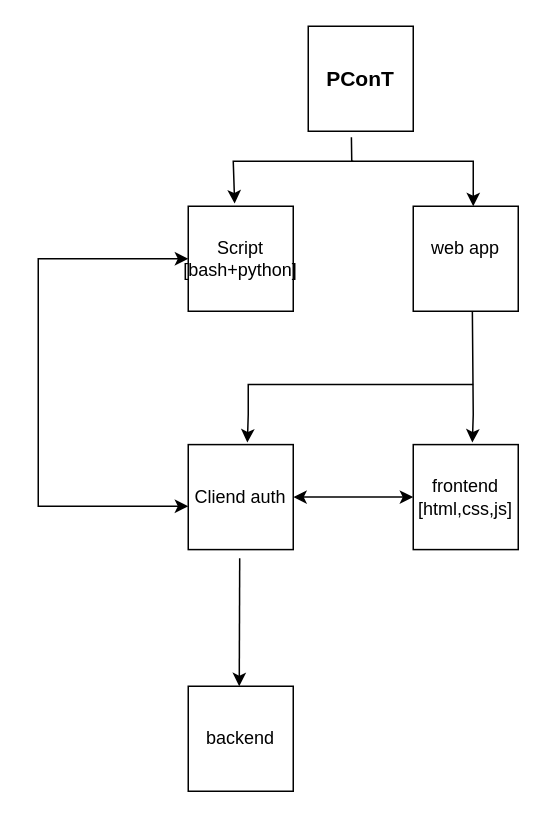
Earlier version of the draw.io diagram Untitled Diagram.drawio (Anorak001/PConT). Source tidied: cells renumbered, new cells numbered last; positions are measured from the earlier drawing's top-left corner, leaving out a move shared by most shapes. Both pictures are drawn from the tidied source at 150%, with x=0, y=0 at pixel (38, 26).
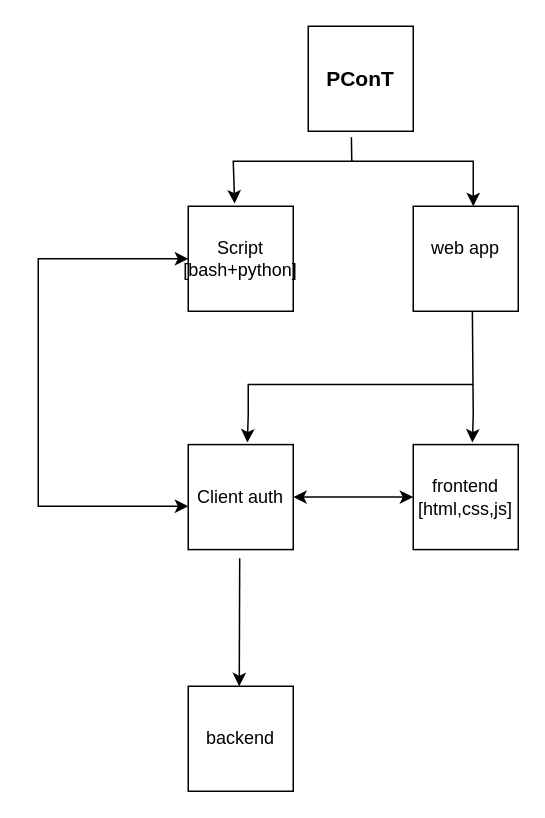
The same page after the edit.

What changed in the source:
```diff
@@
-    <mxCell id="10" value="Cliend auth" style="whiteSpace=wrap;html=1;" parent="1" vertex="1">
+    <mxCell id="10" value="Client auth" style="whiteSpace=wrap;html=1;" parent="1" vertex="1">
       <mxGeometry x="100" y="278.9" width="70" height="70" as="geometry" />
     </mxCell>
```
